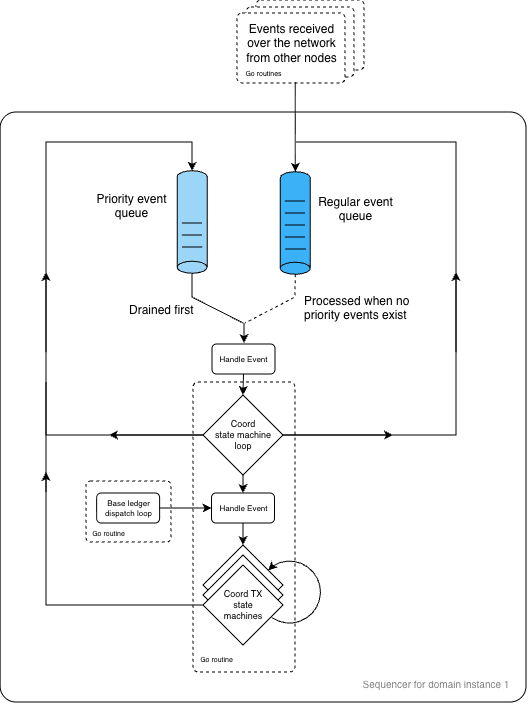
Above: doc-site/docs/architecture/diagrams/light/code-architecture.png in yosrahelal/paladin (draw.io), before the change. Source tidied: cells renumbered, new cells last; positions are measured from the earlier drawing's top-left corner, leaving out a move shared by most shapes. Source of this version:
```xml
<mxGraphModel>
  <root>
    <mxCell id="0" />
    <mxCell id="1" parent="0" />
    <mxCell id="2" style="rounded=1;whiteSpace=wrap;verticalAlign=middle;spacing=0;fontSize=8;dashed=1;fillColor=none;arcSize=7;" parent="1" vertex="1">
      <mxGeometry x="86" y="481" width="85" height="61" as="geometry" />
    </mxCell>
    <mxCell id="3" style="rounded=1;whiteSpace=wrap;verticalAlign=middle;spacing=0;fontSize=8;dashed=1;fillColor=default;arcSize=7;" parent="1" vertex="1">
      <mxGeometry x="256" width="108" height="70" as="geometry" />
    </mxCell>
    <mxCell id="4" style="rounded=1;whiteSpace=wrap;verticalAlign=middle;spacing=0;fontSize=8;dashed=1;fillColor=default;arcSize=7;" parent="1" vertex="1">
      <mxGeometry x="246" y="7" width="108" height="70" as="geometry" />
    </mxCell>
    <mxCell id="5" style="rounded=1;whiteSpace=wrap;verticalAlign=middle;spacing=0;fontSize=8;dashed=1;fillColor=default;arcSize=7;" parent="1" vertex="1">
      <mxGeometry x="237" y="13" width="108" height="70" as="geometry" />
    </mxCell>
    <mxCell id="6" style="rounded=1;whiteSpace=wrap;html=1;arcSize=3;align=left;verticalAlign=bottom;spacingLeft=8;spacingBottom=4;fillColor=none;" parent="1" vertex="1">
      <mxGeometry x="0.1" y="112" width="525.9" height="590" as="geometry" />
    </mxCell>
    <mxCell id="7" style="rounded=1;whiteSpace=wrap;verticalAlign=middle;spacing=0;fontSize=8;dashed=1;fillColor=none;arcSize=5;" parent="1" vertex="1">
      <mxGeometry x="193" y="382" width="102" height="290" as="geometry" />
    </mxCell>
    <mxCell id="8" value="&lt;font&gt;Coord&lt;/font&gt;&lt;div&gt;&lt;div&gt;&lt;font&gt;state&amp;nbsp;&lt;/font&gt;&lt;span style=&quot;background-color: transparent; color: light-dark(rgb(0, 0, 0), rgb(255, 255, 255));&quot;&gt;machine&lt;/span&gt;&lt;/div&gt;&lt;div&gt;&lt;font&gt;loop&lt;/font&gt;&lt;/div&gt;&lt;/div&gt;" style="rhombus;whiteSpace=wrap;html=1;fontSize=9;fillColor=default;" parent="1" vertex="1">
      <mxGeometry x="203" y="395" width="80" height="80" as="geometry" />
    </mxCell>
    <mxCell id="9" value="&lt;font&gt;Coord&lt;/font&gt;&lt;div&gt;&lt;font&gt;TX state&lt;/font&gt;&lt;/div&gt;&lt;div&gt;&lt;font&gt;machine&lt;/font&gt;&lt;/div&gt;" style="rhombus;whiteSpace=wrap;html=1;fontSize=9;" parent="1" vertex="1">
      <mxGeometry x="203" y="545" width="80" height="80" as="geometry" />
    </mxCell>
    <mxCell id="10" value="&lt;font&gt;Coord&lt;/font&gt;&lt;div&gt;&lt;font&gt;TX state&lt;/font&gt;&lt;/div&gt;&lt;div&gt;&lt;font&gt;machine&lt;/font&gt;&lt;/div&gt;" style="rhombus;whiteSpace=wrap;html=1;fontSize=9;" parent="1" vertex="1">
      <mxGeometry x="203" y="555" width="80" height="80" as="geometry" />
    </mxCell>
    <mxCell id="11" value="&lt;font&gt;Coord&amp;nbsp;&lt;/font&gt;&lt;span style=&quot;background-color: transparent; color: light-dark(rgb(0, 0, 0), rgb(255, 255, 255));&quot;&gt;TX&lt;/span&gt;&lt;div&gt;&lt;div&gt;&lt;font&gt;state&lt;/font&gt;&lt;/div&gt;&lt;div&gt;&lt;span style=&quot;background-color: transparent; color: light-dark(rgb(0, 0, 0), rgb(255, 255, 255));&quot;&gt;machines&lt;/span&gt;&lt;/div&gt;&lt;/div&gt;" style="rhombus;whiteSpace=wrap;html=1;fontSize=9;direction=south;" parent="1" vertex="1">
      <mxGeometry x="203" y="565" width="80" height="80" as="geometry" />
    </mxCell>
    <mxCell id="12" style="shape=cylinder3;whiteSpace=wrap;html=1;boundedLbl=1;backgroundOutline=1;size=5.999999999999773;rotation=90;direction=south;fillColor=#9BD5F7;" parent="1" vertex="1">
      <mxGeometry x="140.9" y="207" width="102.5" height="30" as="geometry" />
    </mxCell>
    <mxCell id="13" style="endArrow=classic;html=1;rounded=0;exitX=0.5;exitY=1;exitDx=0;exitDy=0;entryX=0.5;entryY=0;entryDx=0;entryDy=0;" parent="1" edge="1" source="8" target="48">
      <mxGeometry relative="1" as="geometry" />
    </mxCell>
    <mxCell id="14" style="endArrow=none;html=1;rounded=0;entryX=0.167;entryY=0.706;entryDx=0;entryDy=0;entryPerimeter=0;" parent="1" edge="1">
      <mxGeometry relative="1" as="geometry">
        <mxPoint x="182.1" y="247" as="sourcePoint" />
        <mxPoint x="202.1" y="247" as="targetPoint" />
      </mxGeometry>
    </mxCell>
    <mxCell id="15" value="&lt;span style=&quot;font-size: 12px;&quot;&gt;Events received over the network from other nodes&lt;/span&gt;" style="rounded=1;whiteSpace=wrap;fontSize=7;align=center;verticalAlign=top;arcSize=5;fontFamily=Helvetica;spacingLeft=6;spacingTop=2;html=1;textDirection=ltr;strokeColor=none;fillColor=none;" parent="1" vertex="1">
      <mxGeometry x="233" y="13" width="110.5" height="25" as="geometry" />
    </mxCell>
    <mxCell id="16" style="endArrow=none;html=1;rounded=0;exitX=0.5;exitY=0;exitDx=0;exitDy=0;exitPerimeter=0;endFill=0;" parent="1" edge="1" source="12">
      <mxGeometry relative="1" as="geometry">
        <mxPoint x="243" y="323" as="targetPoint" />
        <Array as="points">
          <mxPoint x="192" y="297" />
        </Array>
      </mxGeometry>
    </mxCell>
    <mxCell id="17" style="shape=cylinder3;whiteSpace=wrap;html=1;boundedLbl=1;backgroundOutline=1;size=5.999999999999773;rotation=90;direction=south;fillColor=light-dark(#3BB1F7,#6CD856);" parent="1" vertex="1">
      <mxGeometry x="244" y="208" width="102.5" height="30" as="geometry" />
    </mxCell>
    <mxCell id="18" style="endArrow=none;html=1;rounded=0;entryX=0.167;entryY=0.706;entryDx=0;entryDy=0;entryPerimeter=0;" parent="1" edge="1">
      <mxGeometry relative="1" as="geometry">
        <mxPoint x="285.6" y="249" as="sourcePoint" />
        <mxPoint x="305.6" y="249" as="targetPoint" />
      </mxGeometry>
    </mxCell>
    <mxCell id="19" style="endArrow=none;html=1;rounded=0;exitX=0.5;exitY=0;exitDx=0;exitDy=0;exitPerimeter=0;dashed=1;endFill=0;" parent="1" edge="1" source="17">
      <mxGeometry relative="1" as="geometry">
        <mxPoint x="245" y="323" as="targetPoint" />
        <Array as="points">
          <mxPoint x="295" y="297" />
        </Array>
      </mxGeometry>
    </mxCell>
    <mxCell id="20" style="endArrow=none;html=1;rounded=0;entryX=0.167;entryY=0.706;entryDx=0;entryDy=0;entryPerimeter=0;" parent="1" edge="1">
      <mxGeometry relative="1" as="geometry">
        <mxPoint x="182" y="235" as="sourcePoint" />
        <mxPoint x="202" y="235" as="targetPoint" />
      </mxGeometry>
    </mxCell>
    <mxCell id="21" style="endArrow=none;html=1;rounded=0;entryX=0.167;entryY=0.706;entryDx=0;entryDy=0;entryPerimeter=0;" parent="1" edge="1">
      <mxGeometry relative="1" as="geometry">
        <mxPoint x="182" y="223" as="sourcePoint" />
        <mxPoint x="202" y="223" as="targetPoint" />
      </mxGeometry>
    </mxCell>
    <mxCell id="22" style="endArrow=none;html=1;rounded=0;entryX=0.167;entryY=0.706;entryDx=0;entryDy=0;entryPerimeter=0;" parent="1" edge="1">
      <mxGeometry relative="1" as="geometry">
        <mxPoint x="285" y="237" as="sourcePoint" />
        <mxPoint x="305" y="237" as="targetPoint" />
      </mxGeometry>
    </mxCell>
    <mxCell id="23" style="endArrow=none;html=1;rounded=0;entryX=0.167;entryY=0.706;entryDx=0;entryDy=0;entryPerimeter=0;" parent="1" edge="1">
      <mxGeometry relative="1" as="geometry">
        <mxPoint x="285" y="225" as="sourcePoint" />
        <mxPoint x="305" y="225" as="targetPoint" />
      </mxGeometry>
    </mxCell>
    <mxCell id="24" style="endArrow=none;html=1;rounded=0;entryX=0.167;entryY=0.706;entryDx=0;entryDy=0;entryPerimeter=0;" parent="1" edge="1">
      <mxGeometry relative="1" as="geometry">
        <mxPoint x="285" y="213" as="sourcePoint" />
        <mxPoint x="305" y="213" as="targetPoint" />
      </mxGeometry>
    </mxCell>
    <mxCell id="25" value="&lt;span style=&quot;font-size: 12px;&quot;&gt;Priority event queue&lt;/span&gt;" style="rounded=1;whiteSpace=wrap;fontSize=7;align=center;verticalAlign=top;arcSize=5;fontFamily=Helvetica;spacingLeft=6;spacingTop=2;html=1;textDirection=ltr;strokeColor=none;fillColor=none;" parent="1" vertex="1">
      <mxGeometry x="79.6" y="183" width="97" height="25" as="geometry" />
    </mxCell>
    <mxCell id="26" value="&lt;span style=&quot;font-size: 12px;&quot;&gt;Regular event queue&lt;/span&gt;" style="rounded=1;whiteSpace=wrap;fontSize=7;align=center;verticalAlign=top;arcSize=5;fontFamily=Helvetica;spacingLeft=6;spacingTop=2;html=1;textDirection=ltr;strokeColor=none;fillColor=none;" parent="1" vertex="1">
      <mxGeometry x="306" y="186" width="93" height="25" as="geometry" />
    </mxCell>
    <mxCell id="27" style="endArrow=none;html=1;rounded=0;entryX=0.167;entryY=0.706;entryDx=0;entryDy=0;entryPerimeter=0;" parent="1" edge="1">
      <mxGeometry relative="1" as="geometry">
        <mxPoint x="285" y="201" as="sourcePoint" />
        <mxPoint x="305" y="201" as="targetPoint" />
      </mxGeometry>
    </mxCell>
    <mxCell id="28" value="&lt;span style=&quot;font-size: 12px;&quot;&gt;Drained first&lt;/span&gt;" style="rounded=1;whiteSpace=wrap;fontSize=7;align=left;verticalAlign=top;arcSize=5;fontFamily=Helvetica;spacingLeft=6;spacingTop=2;html=1;textDirection=ltr;strokeColor=none;fillColor=none;" parent="1" vertex="1">
      <mxGeometry x="121" y="294" width="85.4" height="25" as="geometry" />
    </mxCell>
    <mxCell id="29" value="&lt;span style=&quot;font-size: 12px;&quot;&gt;Processed when no priority events exist&lt;/span&gt;" style="rounded=1;whiteSpace=wrap;fontSize=7;align=left;verticalAlign=top;arcSize=5;fontFamily=Helvetica;spacingLeft=6;spacingTop=2;html=1;textDirection=ltr;strokeColor=none;fillColor=none;" parent="1" vertex="1">
      <mxGeometry x="296" y="284.8" width="119" height="25" as="geometry" />
    </mxCell>
    <mxCell id="30" style="endArrow=classic;html=1;rounded=0;entryX=0.5;entryY=1;entryDx=0;entryDy=0;entryPerimeter=0;exitX=0.882;exitY=0.84;exitDx=0;exitDy=0;exitPerimeter=0;" parent="1" edge="1" source="47" target="17">
      <mxGeometry relative="1" as="geometry" />
    </mxCell>
    <mxCell id="31" style="endArrow=none;html=1;rounded=0;exitX=1;exitY=0.5;exitDx=0;exitDy=0;endFill=0;" parent="1" edge="1" source="8">
      <mxGeometry relative="1" as="geometry">
        <mxPoint x="296" y="142" as="targetPoint" />
        <Array as="points">
          <mxPoint x="456" y="435" />
          <mxPoint x="456" y="142" />
        </Array>
      </mxGeometry>
    </mxCell>
    <mxCell id="32" style="endArrow=classic;html=1;rounded=0;entryX=0.5;entryY=1;entryDx=0;entryDy=0;entryPerimeter=0;exitX=0;exitY=0.5;exitDx=0;exitDy=0;" parent="1" edge="1" source="8" target="12">
      <mxGeometry relative="1" as="geometry">
        <Array as="points">
          <mxPoint x="46" y="435" />
          <mxPoint x="46" y="142" />
          <mxPoint x="192" y="142" />
        </Array>
      </mxGeometry>
    </mxCell>
    <mxCell id="33" value="&lt;font style=&quot;color: rgb(130, 130, 130); font-size: 10px;&quot;&gt;Sequencer for domain instance 1&lt;/font&gt;" style="rounded=0;whiteSpace=wrap;html=1;strokeColor=none;fillColor=none;" parent="1" vertex="1">
      <mxGeometry x="342" y="673" width="188" height="21" as="geometry" />
    </mxCell>
    <mxCell id="34" value="Handle Event" style="rounded=1;whiteSpace=wrap;verticalAlign=middle;spacing=0;fontSize=8;" parent="1" vertex="1">
      <mxGeometry x="212" y="344" width="63" height="30" as="geometry" />
    </mxCell>
    <mxCell id="35" style="endArrow=classic;html=1;rounded=0;entryX=0.5;entryY=0;entryDx=0;entryDy=0;exitX=0.5;exitY=1;exitDx=0;exitDy=0;" parent="1" edge="1" source="34" target="8">
      <mxGeometry relative="1" as="geometry" />
    </mxCell>
    <mxCell id="36" style="endArrow=classic;html=1;rounded=0;" parent="1" edge="1">
      <mxGeometry relative="1" as="geometry">
        <mxPoint x="244" y="323" as="sourcePoint" />
        <mxPoint x="244" y="343" as="targetPoint" />
      </mxGeometry>
    </mxCell>
    <mxCell id="37" style="endArrow=classic;html=1;rounded=0;exitX=1;exitY=0.5;exitDx=0;exitDy=0;" parent="1" edge="1" source="8">
      <mxGeometry relative="1" as="geometry">
        <mxPoint x="393" y="435" as="targetPoint" />
      </mxGeometry>
    </mxCell>
    <mxCell id="38" style="endArrow=classic;html=1;rounded=0;exitX=0;exitY=0.5;exitDx=0;exitDy=0;" parent="1" edge="1" source="8">
      <mxGeometry relative="1" as="geometry">
        <mxPoint x="109" y="435" as="targetPoint" />
      </mxGeometry>
    </mxCell>
    <mxCell id="39" style="endArrow=classic;html=1;rounded=0;" parent="1" edge="1">
      <mxGeometry relative="1" as="geometry">
        <mxPoint x="456" y="352" as="sourcePoint" />
        <mxPoint x="456" y="272" as="targetPoint" />
      </mxGeometry>
    </mxCell>
    <mxCell id="40" style="endArrow=classic;html=1;rounded=0;" parent="1" edge="1">
      <mxGeometry relative="1" as="geometry">
        <mxPoint x="46" y="352" as="sourcePoint" />
        <mxPoint x="46" y="272" as="targetPoint" />
      </mxGeometry>
    </mxCell>
    <mxCell id="41" style="endArrow=classic;html=1;rounded=0;exitX=0.5;exitY=1;exitDx=0;exitDy=0;" parent="1" edge="1" source="11">
      <mxGeometry relative="1" as="geometry">
        <mxPoint x="46" y="472" as="targetPoint" />
        <Array as="points">
          <mxPoint x="46" y="605" />
        </Array>
      </mxGeometry>
    </mxCell>
    <mxCell id="42" value="Base ledger dispatch loop" style="rounded=1;whiteSpace=wrap;verticalAlign=middle;spacing=0;fontSize=8;" parent="1" vertex="1">
      <mxGeometry x="96.6" y="493" width="63" height="30" as="geometry" />
    </mxCell>
    <mxCell id="43" style="endArrow=classic;html=1;rounded=0;entryX=0;entryY=0.5;entryDx=0;entryDy=0;exitX=1;exitY=0.5;exitDx=0;exitDy=0;" parent="1" edge="1" source="42" target="48">
      <mxGeometry relative="1" as="geometry" />
    </mxCell>
    <mxCell id="44" value="&lt;font&gt;Go routine&lt;/font&gt;" style="rounded=1;whiteSpace=wrap;fontSize=7;align=center;verticalAlign=top;arcSize=5;fontFamily=Helvetica;spacingLeft=6;spacingTop=2;html=1;textDirection=ltr;strokeColor=none;fillColor=none;" parent="1" vertex="1">
      <mxGeometry x="168" y="647" width="91" height="25" as="geometry" />
    </mxCell>
    <mxCell id="45" value="&lt;font&gt;Go routine&lt;/font&gt;" style="rounded=1;whiteSpace=wrap;fontSize=7;align=center;verticalAlign=top;arcSize=5;fontFamily=Helvetica;spacingLeft=6;spacingTop=2;html=1;textDirection=ltr;strokeColor=none;fillColor=none;" parent="1" vertex="1">
      <mxGeometry x="60" y="521" width="91" height="25" as="geometry" />
    </mxCell>
    <mxCell id="46" style="endArrow=none;html=1;rounded=0;endFill=0;" parent="1" edge="1">
      <mxGeometry relative="1" as="geometry">
        <mxPoint x="46" y="492" as="sourcePoint" />
        <mxPoint x="46" y="382" as="targetPoint" />
      </mxGeometry>
    </mxCell>
    <mxCell id="47" value="&lt;font&gt;Go routines&lt;/font&gt;" style="rounded=1;whiteSpace=wrap;fontSize=7;align=center;verticalAlign=top;arcSize=5;fontFamily=Helvetica;spacingLeft=6;spacingTop=2;html=1;textDirection=ltr;strokeColor=none;fillColor=none;" parent="1" vertex="1">
      <mxGeometry x="215" y="61" width="91" height="25" as="geometry" />
    </mxCell>
    <mxCell id="48" value="Handle Event" style="rounded=1;whiteSpace=wrap;verticalAlign=middle;spacing=0;fontSize=8;" parent="1" vertex="1">
      <mxGeometry x="211.5" y="493" width="63" height="30" as="geometry" />
    </mxCell>
    <mxCell id="49" style="endArrow=classic;html=1;rounded=0;exitX=0.5;exitY=1;exitDx=0;exitDy=0;entryX=0.5;entryY=0;entryDx=0;entryDy=0;" parent="1" edge="1" source="48" target="9">
      <mxGeometry relative="1" as="geometry" />
    </mxCell>
    <mxCell id="50" style="shape=mxgraph.basic.arc;html=1;startAngle=0.37609760289585414;endAngle=0.1;endArrow=none;endFill=0;startArrow=classic;startFill=1;rotation=-180;" parent="1" vertex="1">
      <mxGeometry x="255.5" y="558" width="69" height="69" as="geometry" />
    </mxCell>
  </root>
</mxGraphModel>
```
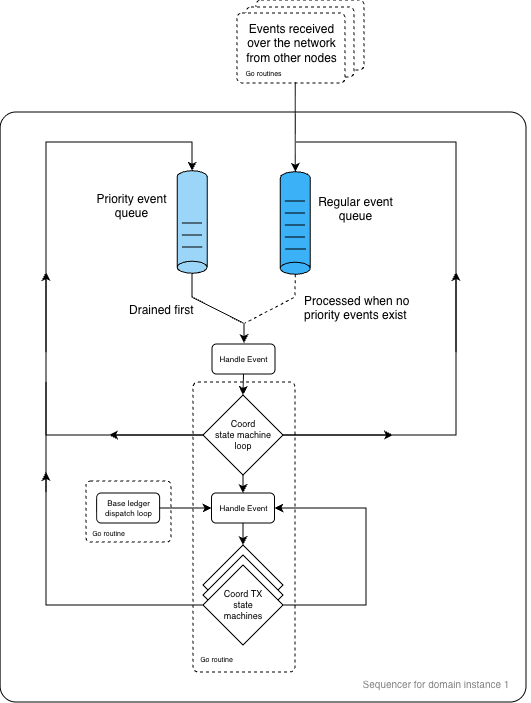
The same file after the commit.

Commit message:
Change arrow in event architecture diagram

What changed in the source:
```diff
@@ -213,8 +213,13 @@
     <mxCell id="49" style="endArrow=classic;html=1;rounded=0;exitX=0.5;exitY=1;exitDx=0;exitDy=0;entryX=0.5;entryY=0;entryDx=0;entryDy=0;" parent="1" edge="1" source="48" target="9">
       <mxGeometry relative="1" as="geometry" />
     </mxCell>
-    <mxCell id="50" style="shape=mxgraph.basic.arc;html=1;startAngle=0.37609760289585414;endAngle=0.1;endArrow=none;endFill=0;startArrow=classic;startFill=1;rotation=-180;" parent="1" vertex="1">
-      <mxGeometry x="255.5" y="558" width="69" height="69" as="geometry" />
-    </mxCell>
+    <mxCell id="51" style="endArrow=classic;html=1;rounded=0;exitX=0.5;exitY=0;exitDx=0;exitDy=0;entryX=1;entryY=0.5;entryDx=0;entryDy=0;" parent="1" edge="1" source="11" target="48">
+      <mxGeometry relative="1" as="geometry">
+        <Array as="points">
+          <mxPoint x="366" y="605" />
+          <mxPoint x="366" y="508" />
+        </Array>
+      </mxGeometry>
+    </mxCell>
   </root>
 </mxGraphModel>
```
